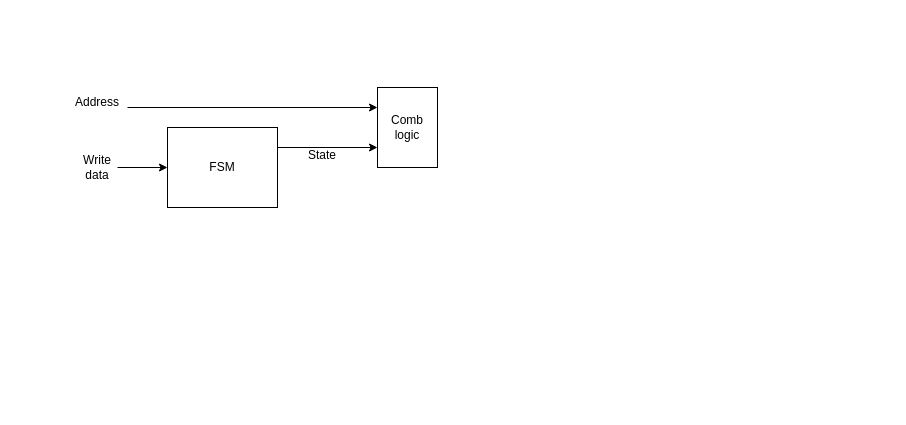
Before: Untitled Diagram.drawio in mintygral/STARS-RV32I, a draw.io diagram. Source tidied: cells renumbered, new cells numbered last; positions are measured from the earlier drawing's top-left corner, leaving out a move shared by most shapes. Both pictures are drawn from the tidied source at 100%, with x=0, y=0 at pixel (67, 87).
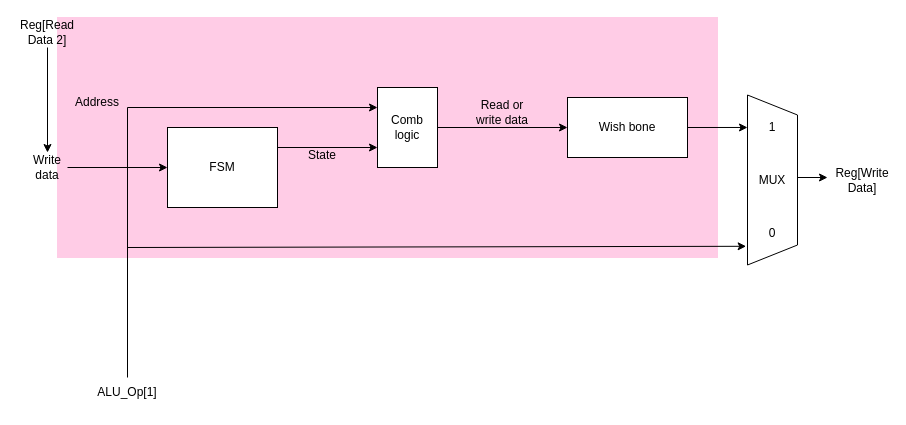
The same page after the edit.

The edit, as a diff of the source:
```diff
@@
+    <mxCell id="10" style="rounded=0;whiteSpace=wrap;html=1;fillColor=#FFCCE6;strokeColor=#FFCCE6;" parent="1" vertex="1">
+      <mxGeometry x="-10" y="-70" width="660" height="240" as="geometry" />
+    </mxCell>
@@
-    <mxCell id="3" style="endArrow=classic;html=1;rounded=0;" parent="1" edge="1">
+    <mxCell id="3" style="endArrow=classic;html=1;rounded=0;" parent="1" edge="1" source="4">
       <mxGeometry relative="1" as="geometry">
-        <mxPoint x="50" y="80" as="sourcePoint" />
         <mxPoint x="100" y="80" as="targetPoint" />
       </mxGeometry>
     </mxCell>
     <mxCell id="4" value="&lt;p style=&quot;line-height: 120%;&quot;&gt;Write data&lt;/p&gt;" style="text;html=1;align=center;verticalAlign=middle;whiteSpace=wrap;rounded=0;" parent="1" vertex="1">
-      <mxGeometry x="10" y="65" width="40" height="30" as="geometry" />
+      <mxGeometry x="-40" y="65" width="40" height="30" as="geometry" />
     </mxCell>
@@
+    <mxCell id="11" style="endArrow=classic;html=1;rounded=0;" parent="1" edge="1">
+      <mxGeometry relative="1" as="geometry">
+        <mxPoint x="370" y="40" as="sourcePoint" />
+        <mxPoint x="500" y="40" as="targetPoint" />
+      </mxGeometry>
+    </mxCell>
+    <mxCell id="12" value="Wish bone" style="rounded=0;whiteSpace=wrap;html=1;" parent="1" vertex="1">
+      <mxGeometry x="500" y="10" width="120" height="60" as="geometry" />
+    </mxCell>
+    <mxCell id="13" style="shape=trapezoid;perimeter=trapezoidPerimeter;whiteSpace=wrap;html=1;fixedSize=1;rotation=90;" parent="1" vertex="1">
+      <mxGeometry x="620" y="67.5" width="170" height="50" as="geometry" />
+    </mxCell>
+    <mxCell id="14" style="endArrow=classic;html=1;rounded=0;entryX=0.191;entryY=1;entryDx=0;entryDy=0;entryPerimeter=0;" parent="1" edge="1" target="13">
+      <mxGeometry relative="1" as="geometry">
+        <mxPoint x="620" y="40" as="sourcePoint" />
+      </mxGeometry>
+    </mxCell>
+    <mxCell id="15" value="&lt;p style=&quot;line-height: 120%;&quot;&gt;Read or write data&lt;/p&gt;" style="text;html=1;align=center;verticalAlign=middle;whiteSpace=wrap;rounded=0;" parent="1" vertex="1">
+      <mxGeometry x="400" y="10" width="70" height="30" as="geometry" />
+    </mxCell>
+    <mxCell id="16" value="&lt;p style=&quot;line-height: 120%;&quot;&gt;1&lt;/p&gt;&lt;p style=&quot;line-height: 120%;&quot;&gt;&lt;span style=&quot;background-color: initial;&quot;&gt;&lt;br&gt;&lt;/span&gt;&lt;/p&gt;&lt;p style=&quot;line-height: 120%;&quot;&gt;&lt;span style=&quot;background-color: initial;&quot;&gt;MUX&lt;/span&gt;&lt;br&gt;&lt;/p&gt;&lt;p style=&quot;line-height: 120%;&quot;&gt;&lt;span style=&quot;background-color: initial;&quot;&gt;&lt;br&gt;&lt;/span&gt;&lt;/p&gt;&lt;p style=&quot;line-height: 120%;&quot;&gt;&lt;span style=&quot;background-color: initial;&quot;&gt;0&lt;/span&gt;&lt;/p&gt;" style="text;html=1;align=center;verticalAlign=middle;whiteSpace=wrap;rounded=0;" parent="1" vertex="1">
+      <mxGeometry x="685" y="20" width="40" height="145" as="geometry" />
+    </mxCell>
+    <mxCell id="17" style="endArrow=none;html=1;rounded=0;" parent="1" edge="1">
+      <mxGeometry relative="1" as="geometry">
+        <mxPoint x="60" y="290" as="sourcePoint" />
+        <mxPoint x="60" y="20" as="targetPoint" />
+      </mxGeometry>
+    </mxCell>
+    <mxCell id="18" style="endArrow=classic;html=1;rounded=0;entryX=0.89;entryY=1.027;entryDx=0;entryDy=0;entryPerimeter=0;" parent="1" edge="1" target="13">
+      <mxGeometry relative="1" as="geometry">
+        <mxPoint x="60" y="160" as="sourcePoint" />
+      </mxGeometry>
+    </mxCell>
+    <mxCell id="19" style="endArrow=classic;html=1;rounded=0;" parent="1" edge="1">
+      <mxGeometry relative="1" as="geometry">
+        <mxPoint x="730" y="90" as="sourcePoint" />
+        <mxPoint x="760" y="90" as="targetPoint" />
+      </mxGeometry>
+    </mxCell>
+    <mxCell id="20" value="Reg[Write Data]" style="text;html=1;align=center;verticalAlign=middle;whiteSpace=wrap;rounded=0;" parent="1" vertex="1">
+      <mxGeometry x="780" y="80" width="30" height="25" as="geometry" />
+    </mxCell>
+    <mxCell id="21" value="ALU_Op[1]" style="text;html=1;align=center;verticalAlign=middle;whiteSpace=wrap;rounded=0;" parent="1" vertex="1">
+      <mxGeometry x="30" y="290" width="60" height="30" as="geometry" />
+    </mxCell>
+    <mxCell id="22" style="endArrow=classic;html=1;rounded=0;" parent="1" edge="1" target="4">
+      <mxGeometry relative="1" as="geometry">
+        <mxPoint x="-20" y="-40" as="sourcePoint" />
+      </mxGeometry>
+    </mxCell>
+    <mxCell id="23" value="Reg[Read Data 2]" style="text;html=1;align=center;verticalAlign=middle;whiteSpace=wrap;rounded=0;" parent="1" vertex="1">
+      <mxGeometry x="-50" y="-70" width="60" height="30" as="geometry" />
+    </mxCell>
```
